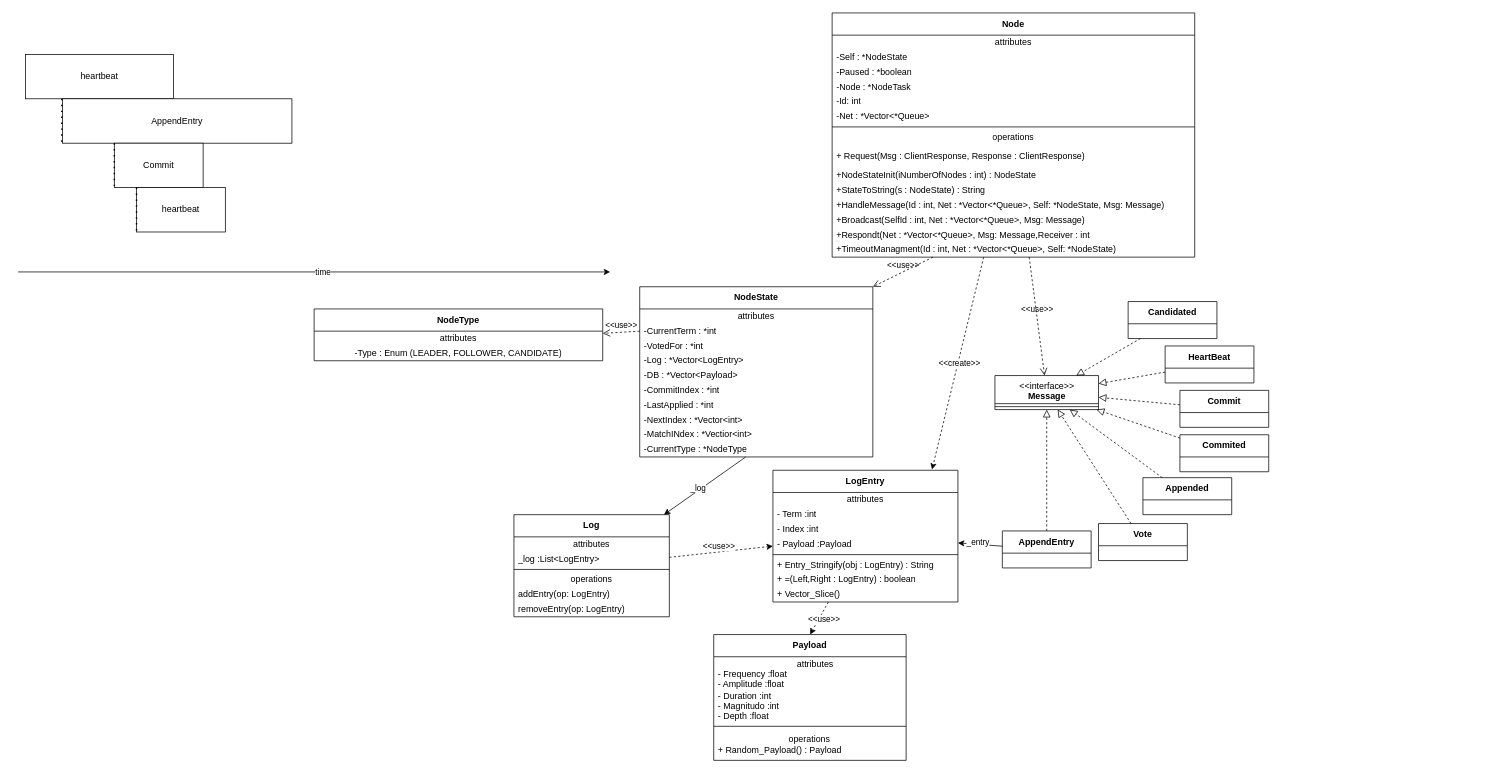
Earlier version of the draw.io diagram Docs/ProjectDesign.drawio (jacopo-angeli/RforCandD-P). Source tidied: cells renumbered, new cells numbered last; positions are measured from the earlier drawing's top-left corner, leaving out a move shared by most shapes. Both pictures are drawn from the tidied source at 74%, with x=0, y=0 at pixel (18, 13).
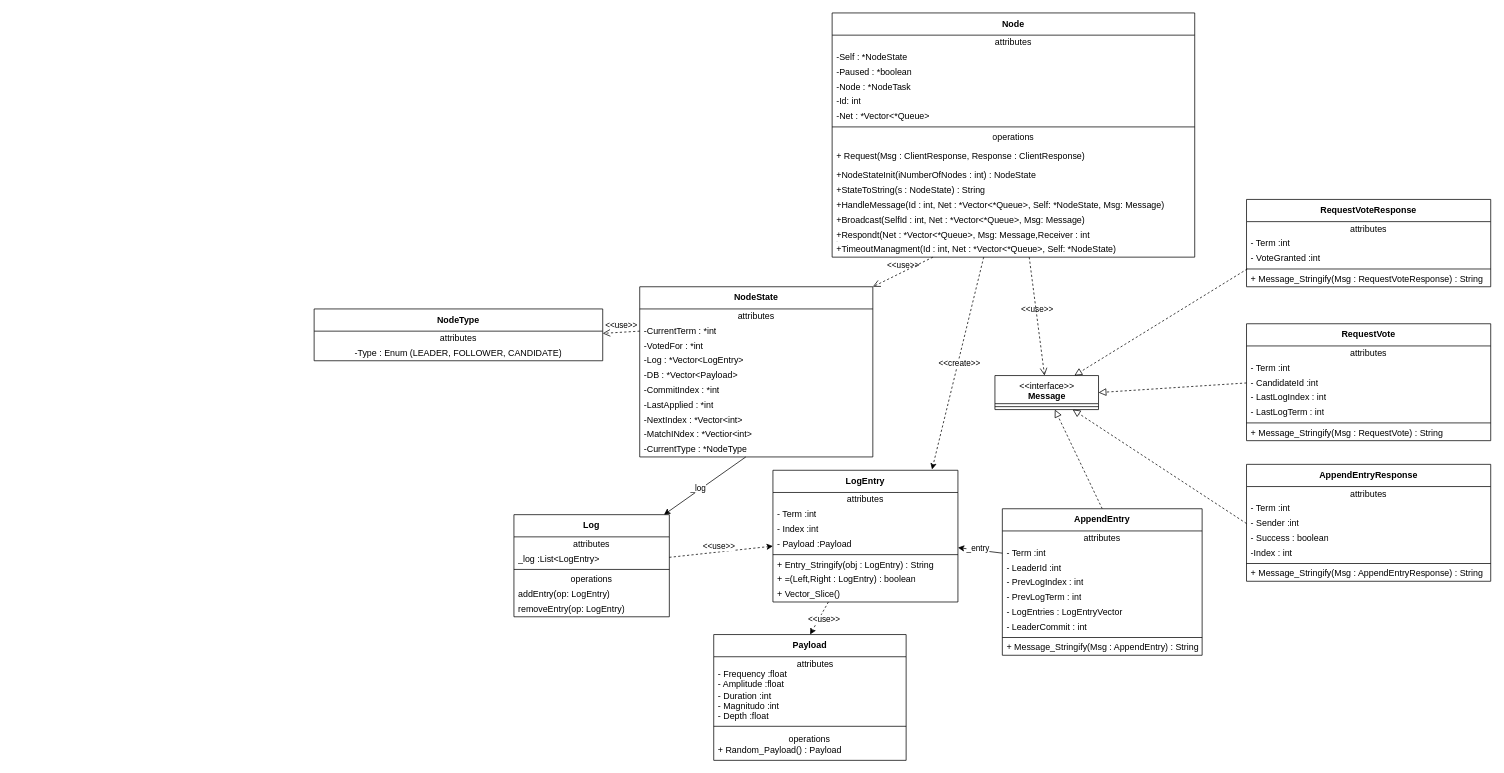
The same diagram, later.

Commit message:
uml correction in project design diagram

The change refers to these unchanged cells:
```xml
<mxCell id="27" value="&lt;b&gt;LogEntry&lt;/b&gt;" style="swimlane;fontStyle=0;align=center;verticalAlign=middle;horizontal=1;startSize=30;html=1;whiteSpace=wrap;" parent="1" vertex="1">
  <mxGeometry x="1020" y="618" width="250" height="178" as="geometry" />
</mxCell>
<mxCell id="40" value="&amp;lt;&amp;lt;interface&amp;gt;&amp;gt;&lt;br&gt;&lt;b&gt;Message&lt;/b&gt;" style="swimlane;fontStyle=0;align=center;verticalAlign=top;horizontal=1;startSize=38;html=1;" parent="1" vertex="1">
  <mxGeometry x="1320" y="490" width="140" height="46" as="geometry" />
</mxCell>
```

Diff of the diagram source:
```diff
@@
-    <mxCell id="42" value="&lt;b&gt;Vote&lt;/b&gt;" style="swimlane;fontStyle=0;align=center;verticalAlign=middle;horizontal=1;startSize=30;html=1;whiteSpace=wrap;" parent="1" vertex="1">
-      <mxGeometry x="1460" y="690" width="120" height="50" as="geometry" />
-    </mxCell>
-    <mxCell id="43" value="&lt;b&gt;AppendEntry&lt;/b&gt;" style="swimlane;fontStyle=0;align=center;verticalAlign=middle;horizontal=1;startSize=30;html=1;whiteSpace=wrap;" parent="1" vertex="1">
-      <mxGeometry x="1330" y="700" width="120" height="50" as="geometry" />
-    </mxCell>
-    <mxCell id="44" value="&lt;b&gt;Commit&lt;/b&gt;" style="swimlane;fontStyle=0;align=center;verticalAlign=middle;horizontal=1;startSize=30;html=1;whiteSpace=wrap;" parent="1" vertex="1">
-      <mxGeometry x="1570" y="510" width="120" height="50" as="geometry" />
-    </mxCell>
-    <mxCell id="45" value="&lt;b&gt;Appended&lt;/b&gt;" style="swimlane;fontStyle=0;align=center;verticalAlign=middle;horizontal=1;startSize=30;html=1;whiteSpace=wrap;" parent="1" vertex="1">
-      <mxGeometry x="1520" y="628" width="120" height="50" as="geometry" />
-    </mxCell>
-    <mxCell id="46" value="&lt;b&gt;Commited&lt;/b&gt;" style="swimlane;fontStyle=0;align=center;verticalAlign=middle;horizontal=1;startSize=30;html=1;whiteSpace=wrap;" parent="1" vertex="1">
-      <mxGeometry x="1570" y="570" width="120" height="50" as="geometry" />
-    </mxCell>
-    <mxCell id="47" value="&lt;b&gt;HeartBeat&lt;/b&gt;" style="swimlane;fontStyle=0;align=center;verticalAlign=middle;horizontal=1;startSize=30;html=1;whiteSpace=wrap;" parent="1" vertex="1">
-      <mxGeometry x="1550" y="450" width="120" height="50" as="geometry" />
-    </mxCell>
-    <mxCell id="48" value="&lt;b&gt;Candidated&lt;/b&gt;" style="swimlane;fontStyle=0;align=center;verticalAlign=middle;horizontal=1;startSize=30;html=1;whiteSpace=wrap;" parent="1" vertex="1">
-      <mxGeometry x="1500" y="390" width="120" height="50" as="geometry" />
-    </mxCell>
-    <mxCell id="49" style="endArrow=block;startArrow=none;endFill=0;startFill=0;endSize=8;html=1;verticalAlign=bottom;labelBackgroundColor=none;dashed=1;" parent="1" edge="1" source="48" target="40">
-      <mxGeometry relative="1" as="geometry" />
-    </mxCell>
-    <mxCell id="50" style="endArrow=block;startArrow=none;endFill=0;startFill=0;endSize=8;html=1;verticalAlign=bottom;labelBackgroundColor=none;dashed=1;" parent="1" edge="1" source="47" target="40">
-      <mxGeometry relative="1" as="geometry" />
-    </mxCell>
-    <mxCell id="51" style="endArrow=block;startArrow=none;endFill=0;startFill=0;endSize=8;html=1;verticalAlign=bottom;labelBackgroundColor=none;dashed=1;" parent="1" edge="1" source="44" target="40">
-      <mxGeometry relative="1" as="geometry" />
-    </mxCell>
-    <mxCell id="52" style="endArrow=block;startArrow=none;endFill=0;startFill=0;endSize=8;html=1;verticalAlign=bottom;labelBackgroundColor=none;dashed=1;" parent="1" edge="1" source="46" target="40">
-      <mxGeometry relative="1" as="geometry" />
-    </mxCell>
-    <mxCell id="53" style="endArrow=block;startArrow=none;endFill=0;startFill=0;endSize=8;html=1;verticalAlign=bottom;labelBackgroundColor=none;dashed=1;" parent="1" edge="1" source="45" target="40">
+    <mxCell id="53" style="endArrow=block;startArrow=none;endFill=0;startFill=0;endSize=8;html=1;verticalAlign=bottom;labelBackgroundColor=none;dashed=1;exitX=0;exitY=0.5;exitDx=0;exitDy=0;" parent="1" edge="1" source="99" target="40">
       <mxGeometry relative="1" as="geometry" />
     </mxCell>
-    <mxCell id="54" style="endArrow=block;startArrow=none;endFill=0;startFill=0;endSize=8;html=1;verticalAlign=bottom;labelBackgroundColor=none;dashed=1;" parent="1" edge="1" source="42" target="40">
+    <mxCell id="54" style="endArrow=block;startArrow=none;endFill=0;startFill=0;endSize=8;html=1;verticalAlign=bottom;labelBackgroundColor=none;dashed=1;exitX=0.003;exitY=1.2;exitDx=0;exitDy=0;exitPerimeter=0;" parent="1" edge="1" source="116" target="40">
       <mxGeometry relative="1" as="geometry" />
     </mxCell>
-    <mxCell id="55" style="endArrow=block;startArrow=none;endFill=0;startFill=0;endSize=8;html=1;verticalAlign=bottom;labelBackgroundColor=none;dashed=1;" parent="1" edge="1" source="43" target="40">
+    <mxCell id="55" style="endArrow=block;startArrow=none;endFill=0;startFill=0;endSize=8;html=1;verticalAlign=bottom;labelBackgroundColor=none;dashed=1;exitX=0.5;exitY=0;exitDx=0;exitDy=0;" parent="1" edge="1" source="43" target="40">
       <mxGeometry relative="1" as="geometry" />
     </mxCell>
@@
-    <mxCell id="57" style="endArrow=classic;html=1;" parent="1" edge="1" source="43" target="27">
+    <mxCell id="57" style="endArrow=classic;html=1;exitX=0;exitY=0.5;exitDx=0;exitDy=0;" parent="1" edge="1" source="88" target="27">
       <mxGeometry relative="1" as="geometry" />
     </mxCell>
@@
-    <mxCell id="65" value="heartbeat" style="rounded=0;whiteSpace=wrap;html=1;" parent="1" vertex="1">
-      <mxGeometry x="10" y="56" width="200" height="60" as="geometry" />
-    </mxCell>
-    <mxCell id="66" value="AppendEntry" style="rounded=0;whiteSpace=wrap;html=1;" parent="1" vertex="1">
-      <mxGeometry x="60" y="116" width="310" height="60" as="geometry" />
-    </mxCell>
-    <mxCell id="67" value="Commit" style="rounded=0;whiteSpace=wrap;html=1;" parent="1" vertex="1">
-      <mxGeometry x="130" y="176" width="120" height="60" as="geometry" />
-    </mxCell>
-    <mxCell id="68" value="heartbeat" style="rounded=0;whiteSpace=wrap;html=1;" parent="1" vertex="1">
-      <mxGeometry x="160" y="236" width="120" height="60" as="geometry" />
-    </mxCell>
-    <mxCell id="69" style="endArrow=none;dashed=1;html=1;dashPattern=1 3;strokeWidth=2;" parent="1" edge="1">
-      <mxGeometry relative="1" as="geometry">
-        <mxPoint x="59" y="116" as="sourcePoint" />
-        <mxPoint x="59" y="176" as="targetPoint" />
-      </mxGeometry>
-    </mxCell>
-    <mxCell id="70" style="endArrow=none;dashed=1;html=1;dashPattern=1 3;strokeWidth=2;" parent="1" edge="1">
-      <mxGeometry relative="1" as="geometry">
-        <mxPoint x="130" y="176" as="sourcePoint" />
-        <mxPoint x="130" y="236" as="targetPoint" />
-      </mxGeometry>
-    </mxCell>
-    <mxCell id="71" style="endArrow=none;dashed=1;html=1;dashPattern=1 3;strokeWidth=2;" parent="1" edge="1">
-      <mxGeometry relative="1" as="geometry">
-        <mxPoint x="160" y="236" as="sourcePoint" />
-        <mxPoint x="160" y="296" as="targetPoint" />
-      </mxGeometry>
-    </mxCell>
-    <mxCell id="72" style="endArrow=classic;html=1;" parent="1" edge="1">
-      <mxGeometry relative="1" as="geometry">
-        <mxPoint y="350" as="sourcePoint" />
-        <mxPoint x="800" y="350" as="targetPoint" />
-      </mxGeometry>
-    </mxCell>
-    <mxCell id="73" value="time" style="edgeLabel;html=1;align=center;verticalAlign=middle;" parent="72" vertex="1">
-      <mxGeometry x="0.12" relative="1" as="geometry">
-        <mxPoint x="-37" as="offset" />
-      </mxGeometry>
-    </mxCell>
@@
+    <mxCell id="43" value="&lt;b&gt;AppendEntry&lt;/b&gt;" style="swimlane;fontStyle=0;align=center;verticalAlign=middle;horizontal=1;startSize=30;html=1;whiteSpace=wrap;" parent="1" vertex="1">
+      <mxGeometry x="1330" y="670" width="270" height="198" as="geometry" />
+    </mxCell>
+    <mxCell id="87" value="attributes" style="text;html=1;strokeColor=none;fillColor=none;align=center;verticalAlign=middle;spacingLeft=4;spacingRight=4;overflow=hidden;whiteSpace=wrap;" parent="43" vertex="1">
+      <mxGeometry y="30" width="270" height="20" as="geometry" />
+    </mxCell>
+    <mxCell id="88" value="- Term :int" style="text;html=1;strokeColor=none;fillColor=none;align=left;verticalAlign=middle;spacingLeft=4;spacingRight=4;overflow=hidden;points=[[0,0.5],[1,0.5]];portConstraint=eastwest;whiteSpace=wrap;" parent="43" vertex="1">
+      <mxGeometry y="50" width="270" height="20" as="geometry" />
+    </mxCell>
+    <mxCell id="89" value="- LeaderId :int" style="text;html=1;strokeColor=none;fillColor=none;align=left;verticalAlign=middle;spacingLeft=4;spacingRight=4;overflow=hidden;whiteSpace=wrap;" parent="43" vertex="1">
+      <mxGeometry y="70" width="270" height="20" as="geometry" />
+    </mxCell>
+    <mxCell id="90" value="- PrevLogIndex : int" style="text;html=1;strokeColor=none;fillColor=none;align=left;verticalAlign=middle;spacingLeft=4;spacingRight=4;overflow=hidden;whiteSpace=wrap;" parent="43" vertex="1">
+      <mxGeometry y="90" width="270" height="20" as="geometry" />
+    </mxCell>
+    <mxCell id="91" value="- PrevLogTerm : int" style="text;html=1;strokeColor=none;fillColor=none;align=left;verticalAlign=middle;spacingLeft=4;spacingRight=4;overflow=hidden;whiteSpace=wrap;" parent="43" vertex="1">
+      <mxGeometry y="110" width="270" height="20" as="geometry" />
+    </mxCell>
+    <mxCell id="92" value="- LogEntries : LogEntryVector" style="text;html=1;strokeColor=none;fillColor=none;align=left;verticalAlign=middle;spacingLeft=4;spacingRight=4;overflow=hidden;whiteSpace=wrap;" parent="43" vertex="1">
+      <mxGeometry y="130" width="270" height="20" as="geometry" />
+    </mxCell>
+    <mxCell id="93" value="- LeaderCommit : int" style="text;html=1;strokeColor=none;fillColor=none;align=left;verticalAlign=middle;spacingLeft=4;spacingRight=4;overflow=hidden;whiteSpace=wrap;" parent="43" vertex="1">
+      <mxGeometry y="150" width="270" height="20" as="geometry" />
+    </mxCell>
+    <mxCell id="94" style="line;strokeWidth=1;fillColor=none;align=left;verticalAlign=middle;spacingTop=-1;spacingLeft=3;spacingRight=3;labelPosition=right;" parent="43" vertex="1">
+      <mxGeometry y="170" width="270" height="8" as="geometry" />
+    </mxCell>
+    <mxCell id="95" value="+ Message_Stringify(Msg : AppendEntry) : String" style="text;html=1;strokeColor=none;fillColor=none;align=left;verticalAlign=middle;spacingLeft=4;spacingRight=4;overflow=hidden;whiteSpace=wrap;" parent="43" vertex="1">
+      <mxGeometry y="178" width="270" height="20" as="geometry" />
+    </mxCell>
+    <mxCell id="96" value="&lt;b&gt;AppendEntryResponse&lt;/b&gt;" style="swimlane;fontStyle=0;align=center;verticalAlign=middle;horizontal=1;startSize=30;html=1;whiteSpace=wrap;" parent="1" vertex="1">
+      <mxGeometry x="1660" y="610" width="330" height="158" as="geometry" />
+    </mxCell>
+    <mxCell id="97" value="attributes" style="text;html=1;strokeColor=none;fillColor=none;align=center;verticalAlign=middle;spacingLeft=4;spacingRight=4;overflow=hidden;whiteSpace=wrap;" parent="96" vertex="1">
+      <mxGeometry y="30" width="330" height="20" as="geometry" />
+    </mxCell>
+    <mxCell id="98" value="- Term :int" style="text;html=1;strokeColor=none;fillColor=none;align=left;verticalAlign=middle;spacingLeft=4;spacingRight=4;overflow=hidden;whiteSpace=wrap;" parent="96" vertex="1">
+      <mxGeometry y="50" width="330" height="20" as="geometry" />
+    </mxCell>
+    <mxCell id="99" value="- Sender :int" style="text;html=1;strokeColor=none;fillColor=none;align=left;verticalAlign=middle;spacingLeft=4;spacingRight=4;overflow=hidden;points=[[0,0.5],[1,0.5]];portConstraint=eastwest;whiteSpace=wrap;" parent="96" vertex="1">
+      <mxGeometry y="70" width="330" height="20" as="geometry" />
+    </mxCell>
+    <mxCell id="100" value="- Success : boolean" style="text;html=1;strokeColor=none;fillColor=none;align=left;verticalAlign=middle;spacingLeft=4;spacingRight=4;overflow=hidden;whiteSpace=wrap;" parent="96" vertex="1">
+      <mxGeometry y="90" width="330" height="20" as="geometry" />
+    </mxCell>
+    <mxCell id="101" value="-Index : int" style="text;html=1;strokeColor=none;fillColor=none;align=left;verticalAlign=middle;spacingLeft=4;spacingRight=4;overflow=hidden;whiteSpace=wrap;" parent="96" vertex="1">
+      <mxGeometry y="110" width="330" height="20" as="geometry" />
+    </mxCell>
+    <mxCell id="102" style="line;strokeWidth=1;fillColor=none;align=left;verticalAlign=middle;spacingTop=-1;spacingLeft=3;spacingRight=3;labelPosition=right;" parent="96" vertex="1">
+      <mxGeometry y="130" width="330" height="8" as="geometry" />
+    </mxCell>
+    <mxCell id="103" value="+ Message_Stringify(Msg : AppendEntryResponse) : String" style="text;html=1;strokeColor=none;fillColor=none;align=left;verticalAlign=middle;spacingLeft=4;spacingRight=4;overflow=hidden;whiteSpace=wrap;" parent="96" vertex="1">
+      <mxGeometry y="138" width="330" height="20" as="geometry" />
+    </mxCell>
+    <mxCell id="104" value="&lt;b&gt;RequestVote&lt;/b&gt;" style="swimlane;fontStyle=0;align=center;verticalAlign=middle;horizontal=1;startSize=30;html=1;whiteSpace=wrap;" parent="1" vertex="1">
+      <mxGeometry x="1660" y="420" width="330" height="158" as="geometry" />
+    </mxCell>
+    <mxCell id="105" value="attributes" style="text;html=1;strokeColor=none;fillColor=none;align=center;verticalAlign=middle;spacingLeft=4;spacingRight=4;overflow=hidden;whiteSpace=wrap;" parent="104" vertex="1">
+      <mxGeometry y="30" width="330" height="20" as="geometry" />
+    </mxCell>
+    <mxCell id="106" value="- Term :int" style="text;html=1;strokeColor=none;fillColor=none;align=left;verticalAlign=middle;spacingLeft=4;spacingRight=4;overflow=hidden;whiteSpace=wrap;" parent="104" vertex="1">
+      <mxGeometry y="50" width="330" height="20" as="geometry" />
+    </mxCell>
+    <mxCell id="107" value="- CandidateId :int" style="text;html=1;strokeColor=none;fillColor=none;align=left;verticalAlign=middle;spacingLeft=4;spacingRight=4;overflow=hidden;points=[[0,0.5],[1,0.5]];portConstraint=eastwest;whiteSpace=wrap;" parent="104" vertex="1">
+      <mxGeometry y="70" width="330" height="20" as="geometry" />
+    </mxCell>
+    <mxCell id="108" value="- LastLogIndex : int" style="text;html=1;strokeColor=none;fillColor=none;align=left;verticalAlign=middle;spacingLeft=4;spacingRight=4;overflow=hidden;whiteSpace=wrap;" parent="104" vertex="1">
+      <mxGeometry y="90" width="330" height="20" as="geometry" />
+    </mxCell>
+    <mxCell id="109" value="- LastLogTerm : int" style="text;html=1;strokeColor=none;fillColor=none;align=left;verticalAlign=middle;spacingLeft=4;spacingRight=4;overflow=hidden;whiteSpace=wrap;" parent="104" vertex="1">
+      <mxGeometry y="110" width="330" height="20" as="geometry" />
+    </mxCell>
+    <mxCell id="110" style="line;strokeWidth=1;fillColor=none;align=left;verticalAlign=middle;spacingTop=-1;spacingLeft=3;spacingRight=3;labelPosition=right;" parent="104" vertex="1">
+      <mxGeometry y="130" width="330" height="8" as="geometry" />
+    </mxCell>
+    <mxCell id="111" value="+ Message_Stringify(Msg : RequestVote) : String" style="text;html=1;strokeColor=none;fillColor=none;align=left;verticalAlign=middle;spacingLeft=4;spacingRight=4;overflow=hidden;whiteSpace=wrap;" parent="104" vertex="1">
+      <mxGeometry y="138" width="330" height="20" as="geometry" />
+    </mxCell>
+    <mxCell id="112" style="endArrow=block;startArrow=none;endFill=0;startFill=0;endSize=8;html=1;verticalAlign=bottom;labelBackgroundColor=none;dashed=1;exitX=0;exitY=0.5;exitDx=0;exitDy=0;entryX=1;entryY=0.5;entryDx=0;entryDy=0;" parent="1" edge="1" source="107" target="40">
+      <mxGeometry relative="1" as="geometry" />
+    </mxCell>
+    <mxCell id="113" value="&lt;b&gt;RequestVoteResponse&lt;/b&gt;" style="swimlane;fontStyle=0;align=center;verticalAlign=middle;horizontal=1;startSize=30;html=1;whiteSpace=wrap;" parent="1" vertex="1">
+      <mxGeometry x="1660" y="252" width="330" height="118" as="geometry" />
+    </mxCell>
+    <mxCell id="114" value="attributes" style="text;html=1;strokeColor=none;fillColor=none;align=center;verticalAlign=middle;spacingLeft=4;spacingRight=4;overflow=hidden;whiteSpace=wrap;" parent="113" vertex="1">
+      <mxGeometry y="30" width="330" height="20" as="geometry" />
+    </mxCell>
+    <mxCell id="115" value="- Term :int" style="text;html=1;strokeColor=none;fillColor=none;align=left;verticalAlign=middle;spacingLeft=4;spacingRight=4;overflow=hidden;whiteSpace=wrap;" parent="113" vertex="1">
+      <mxGeometry y="50" width="330" height="20" as="geometry" />
+    </mxCell>
+    <mxCell id="116" value="- VoteGranted :int" style="text;html=1;strokeColor=none;fillColor=none;align=left;verticalAlign=middle;spacingLeft=4;spacingRight=4;overflow=hidden;points=[[0,0.5],[1,0.5]];portConstraint=eastwest;whiteSpace=wrap;" parent="113" vertex="1">
+      <mxGeometry y="70" width="330" height="20" as="geometry" />
+    </mxCell>
+    <mxCell id="117" style="line;strokeWidth=1;fillColor=none;align=left;verticalAlign=middle;spacingTop=-1;spacingLeft=3;spacingRight=3;labelPosition=right;" parent="113" vertex="1">
+      <mxGeometry y="90" width="330" height="8" as="geometry" />
+    </mxCell>
+    <mxCell id="118" value="+ Message_Stringify(Msg : RequestVoteResponse) : String" style="text;html=1;strokeColor=none;fillColor=none;align=left;verticalAlign=middle;spacingLeft=4;spacingRight=4;overflow=hidden;whiteSpace=wrap;" parent="113" vertex="1">
+      <mxGeometry y="98" width="330" height="20" as="geometry" />
+    </mxCell>
```
